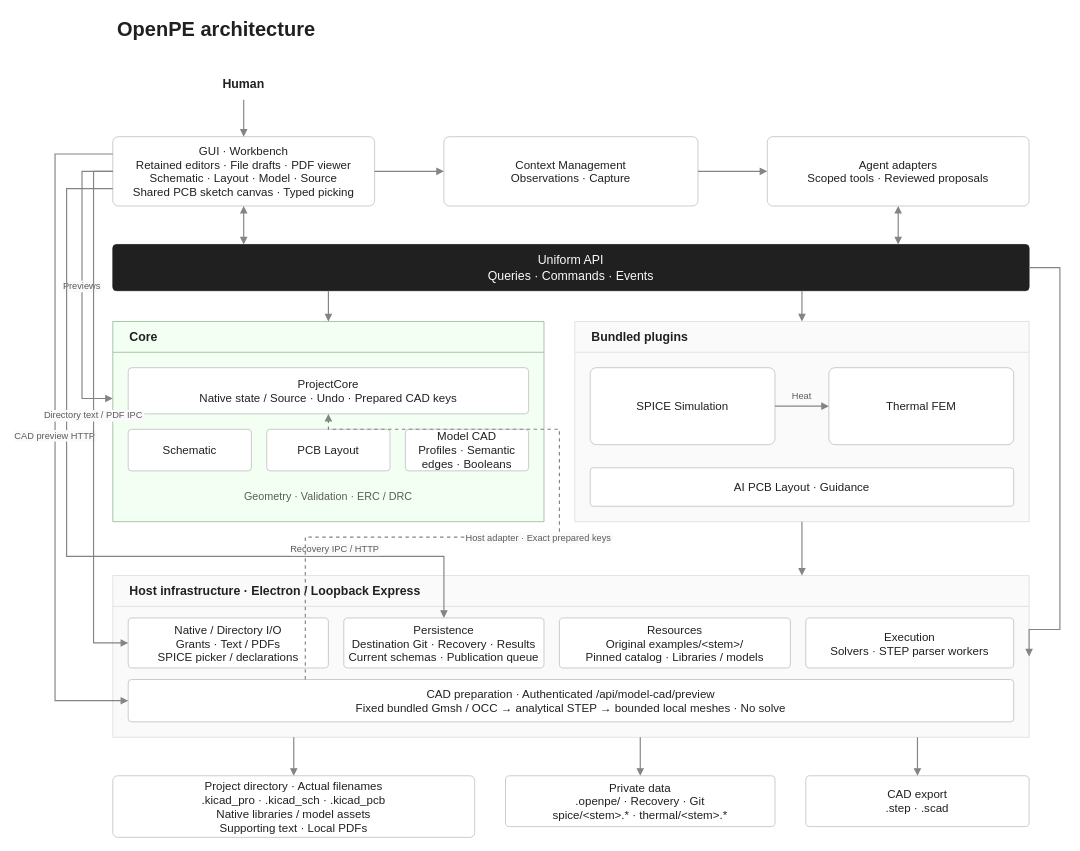
This is assets/architecture.drawio from Open-Power-Electronics/OpenPE, a draw.io file, before an edit. Source tidied: cells renumbered, new cells numbered last; positions are measured from the earlier drawing's top-left corner, leaving out a move shared by most shapes. Both pictures are drawn from the tidied source at 77%, with x=0, y=0 at pixel (55, 13).
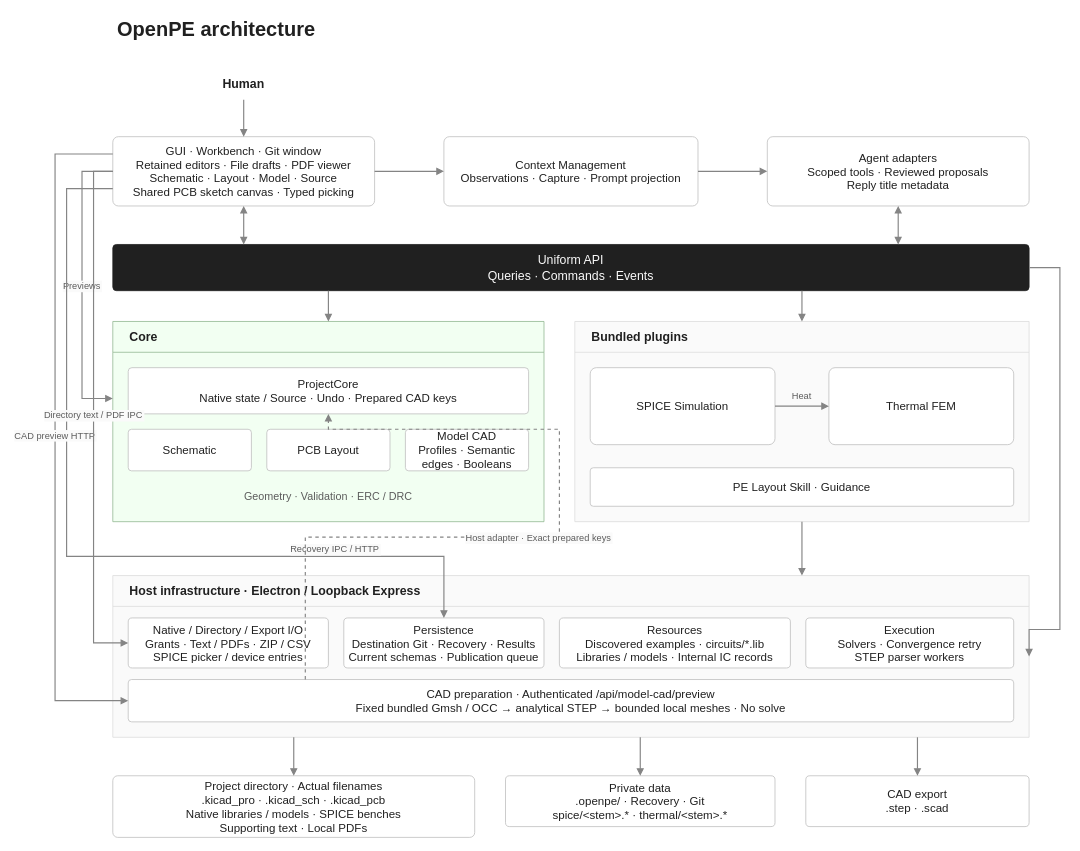
The same page after the edit.

Unchanged cells that the change refers to:
```xml
<mxCell id="14" value="Bundled plugins" style="swimlane;html=0;whiteSpace=wrap;fontFamily=Arial;fontSize=16;fontColor=#202020;fillColor=#fafafa;strokeColor=#dbdbdb;strokeWidth=1;shadow=0;arcSize=8;fontStyle=1;align=left;verticalAlign=middle;horizontal=1;startSize=40;swimlaneFillColor=#fafafa;spacingLeft=20;" parent="1" vertex="1">
  <mxGeometry x="675" y="400" width="590" height="260" as="geometry" />
</mxCell>
<mxCell id="18" value="Host infrastructure · Electron / Loopback Express" style="swimlane;html=0;whiteSpace=wrap;fontFamily=Arial;fontSize=16;fontColor=#202020;fillColor=#fafafa;strokeColor=#dbdbdb;strokeWidth=1;shadow=0;arcSize=8;fontStyle=1;align=left;verticalAlign=middle;horizontal=1;startSize=40;swimlaneFillColor=#fafafa;spacingLeft=20;" parent="1" vertex="1">
  <mxGeometry x="75" y="730" width="1190" height="210" as="geometry" />
</mxCell>
```

What changed in the source:
```diff
@@
-    <mxCell id="4" value="GUI · Workbench&#10;Retained editors · File drafts · PDF viewer&#10;Schematic · Layout · Model · Source&#10;Shared PCB sketch canvas · Typed picking" style="rounded=1;html=0;whiteSpace=wrap;fontFamily=Arial;fontSize=15;fontColor=#202020;fillColor=#ffffff;strokeColor=#bdbdbd;strokeWidth=1;shadow=0;arcSize=8;fontStyle=0;align=center;verticalAlign=middle;spacing=6;" parent="1" vertex="1">
+    <mxCell id="4" value="GUI · Workbench · Git window&#10;Retained editors · File drafts · PDF viewer&#10;Schematic · Layout · Model · Source&#10;Shared PCB sketch canvas · Typed picking" style="rounded=1;html=0;whiteSpace=wrap;fontFamily=Arial;fontSize=15;fontColor=#202020;fillColor=#ffffff;strokeColor=#bdbdbd;strokeWidth=1;shadow=0;arcSize=8;fontStyle=0;align=center;verticalAlign=middle;spacing=6;" parent="1" vertex="1">
       <mxGeometry x="75" y="160" width="340" height="90" as="geometry" />
     </mxCell>
-    <mxCell id="5" value="Context Management&#10;Observations · Capture" style="rounded=1;html=0;whiteSpace=wrap;fontFamily=Arial;fontSize=15;fontColor=#202020;fillColor=#ffffff;strokeColor=#bdbdbd;strokeWidth=1;shadow=0;arcSize=8;fontStyle=0;align=center;verticalAlign=middle;spacing=6;" parent="1" vertex="1">
+    <mxCell id="5" value="Context Management&#10;Observations · Capture · Prompt projection" style="rounded=1;html=0;whiteSpace=wrap;fontFamily=Arial;fontSize=15;fontColor=#202020;fillColor=#ffffff;strokeColor=#bdbdbd;strokeWidth=1;shadow=0;arcSize=8;fontStyle=0;align=center;verticalAlign=middle;spacing=6;" parent="1" vertex="1">
       <mxGeometry x="505" y="160" width="330" height="90" as="geometry" />
     </mxCell>
-    <mxCell id="6" value="Agent adapters&#10;Scoped tools · Reviewed proposals" style="rounded=1;html=0;whiteSpace=wrap;fontFamily=Arial;fontSize=15;fontColor=#202020;fillColor=#ffffff;strokeColor=#bdbdbd;strokeWidth=1;shadow=0;arcSize=8;fontStyle=0;align=center;verticalAlign=middle;spacing=6;" parent="1" vertex="1">
+    <mxCell id="6" value="Agent adapters&#10;Scoped tools · Reviewed proposals&#10;Reply title metadata" style="rounded=1;html=0;whiteSpace=wrap;fontFamily=Arial;fontSize=15;fontColor=#202020;fillColor=#ffffff;strokeColor=#bdbdbd;strokeWidth=1;shadow=0;arcSize=8;fontStyle=0;align=center;verticalAlign=middle;spacing=6;" parent="1" vertex="1">
       <mxGeometry x="925" y="160" width="340" height="90" as="geometry" />
     </mxCell>
@@
-    <mxCell id="17" value="AI PCB Layout · Guidance" style="rounded=1;html=0;whiteSpace=wrap;fontFamily=Arial;fontSize=15;fontColor=#202020;fillColor=#ffffff;strokeColor=#bdbdbd;strokeWidth=1;shadow=0;arcSize=8;fontStyle=0;align=center;verticalAlign=middle;spacing=6;" parent="14" vertex="1">
+    <mxCell id="17" value="PE Layout Skill · Guidance" style="rounded=1;html=0;whiteSpace=wrap;fontFamily=Arial;fontSize=15;fontColor=#202020;fillColor=#ffffff;strokeColor=#bdbdbd;strokeWidth=1;shadow=0;arcSize=8;fontStyle=0;align=center;verticalAlign=middle;spacing=6;" parent="14" vertex="1">
       <mxGeometry x="20" y="190" width="550" height="50" as="geometry" />
     </mxCell>
@@
-    <mxCell id="19" value="Native / Directory I/O&#10;Grants · Text / PDFs&#10;SPICE picker / declarations" style="rounded=1;html=0;whiteSpace=wrap;fontFamily=Arial;fontSize=15;fontColor=#202020;fillColor=#ffffff;strokeColor=#bdbdbd;strokeWidth=1;shadow=0;arcSize=8;fontStyle=0;align=center;verticalAlign=middle;spacing=6;" parent="18" vertex="1">
+    <mxCell id="19" value="Native / Directory / Export I/O&#10;Grants · Text / PDFs · ZIP / CSV&#10;SPICE picker / device entries" style="rounded=1;html=0;whiteSpace=wrap;fontFamily=Arial;fontSize=15;fontColor=#202020;fillColor=#ffffff;strokeColor=#bdbdbd;strokeWidth=1;shadow=0;arcSize=8;fontStyle=0;align=center;verticalAlign=middle;spacing=6;" parent="18" vertex="1">
       <mxGeometry x="20" y="55" width="260" height="65" as="geometry" />
     </mxCell>
@@
-    <mxCell id="21" value="Resources&#10;Original examples/&lt;stem&gt;/&#10;Pinned catalog · Libraries / models" style="rounded=1;html=0;whiteSpace=wrap;fontFamily=Arial;fontSize=15;fontColor=#202020;fillColor=#ffffff;strokeColor=#bdbdbd;strokeWidth=1;shadow=0;arcSize=8;fontStyle=0;align=center;verticalAlign=middle;spacing=6;" parent="18" vertex="1">
+    <mxCell id="21" value="Resources&#10;Discovered examples · circuits/*.lib&#10;Libraries / models · Internal IC records" style="rounded=1;html=0;whiteSpace=wrap;fontFamily=Arial;fontSize=15;fontColor=#202020;fillColor=#ffffff;strokeColor=#bdbdbd;strokeWidth=1;shadow=0;arcSize=8;fontStyle=0;align=center;verticalAlign=middle;spacing=6;" parent="18" vertex="1">
       <mxGeometry x="580" y="55" width="300" height="65" as="geometry" />
     </mxCell>
-    <mxCell id="22" value="Execution&#10;Solvers · STEP parser workers" style="rounded=1;html=0;whiteSpace=wrap;fontFamily=Arial;fontSize=15;fontColor=#202020;fillColor=#ffffff;strokeColor=#bdbdbd;strokeWidth=1;shadow=0;arcSize=8;fontStyle=0;align=center;verticalAlign=middle;spacing=6;" parent="18" vertex="1">
+    <mxCell id="22" value="Execution&#10;Solvers · Convergence retry&#10;STEP parser workers" style="rounded=1;html=0;whiteSpace=wrap;fontFamily=Arial;fontSize=15;fontColor=#202020;fillColor=#ffffff;strokeColor=#bdbdbd;strokeWidth=1;shadow=0;arcSize=8;fontStyle=0;align=center;verticalAlign=middle;spacing=6;" parent="18" vertex="1">
       <mxGeometry x="900" y="55" width="270" height="65" as="geometry" />
     </mxCell>
@@
-    <mxCell id="24" value="Project directory · Actual filenames&#10;.kicad_pro · .kicad_sch · .kicad_pcb&#10;Native libraries / model assets&#10;Supporting text · Local PDFs" style="rounded=1;html=0;whiteSpace=wrap;fontFamily=Arial;fontSize=15;fontColor=#202020;fillColor=#ffffff;strokeColor=#bdbdbd;strokeWidth=1;shadow=0;arcSize=8;fontStyle=0;align=center;verticalAlign=middle;spacing=6;" parent="1" vertex="1">
+    <mxCell id="24" value="Project directory · Actual filenames&#10;.kicad_pro · .kicad_sch · .kicad_pcb&#10;Native libraries / models · SPICE benches&#10;Supporting text · Local PDFs" style="rounded=1;html=0;whiteSpace=wrap;fontFamily=Arial;fontSize=15;fontColor=#202020;fillColor=#ffffff;strokeColor=#bdbdbd;strokeWidth=1;shadow=0;arcSize=8;fontStyle=0;align=center;verticalAlign=middle;spacing=6;" parent="1" vertex="1">
       <mxGeometry x="75" y="990" width="470" height="80" as="geometry" />
     </mxCell>
```
